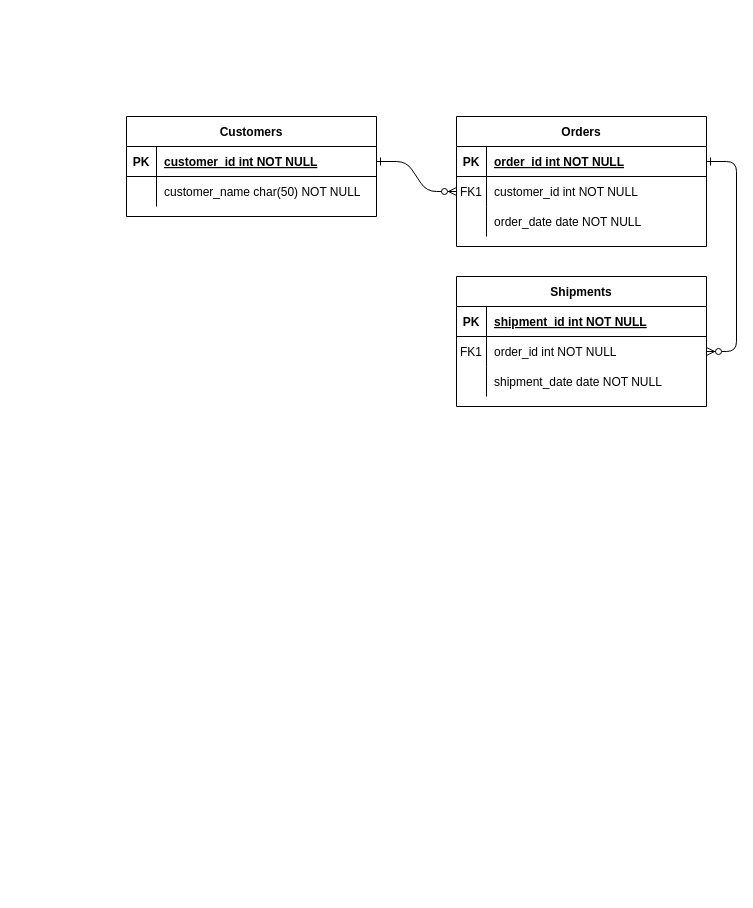
Harsh-Patel73/C296 keeps this draw.io diagram as Untitled Diagram.drawio. Above is the earlier version. Source tidied: cells renumbered, new cells numbered last; positions are measured from the earlier drawing's top-left corner, leaving out a move shared by most shapes. Both pictures are drawn from the tidied source at 100%, with x=0, y=0 at pixel (126, 116).
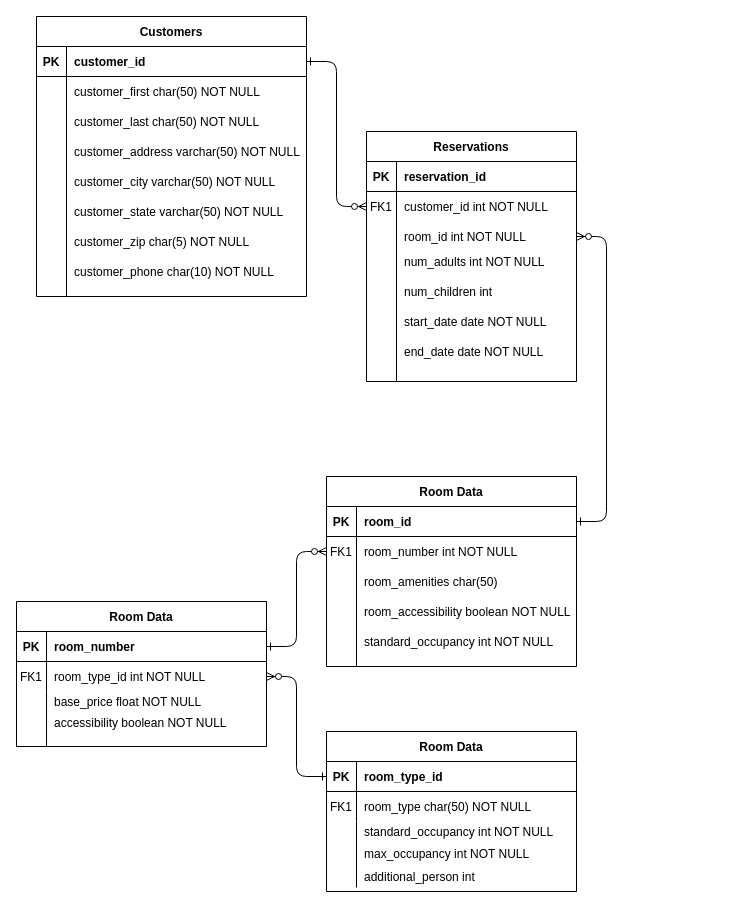
The same diagram, later.

Commit message:
Hotel ERD

The change refers to these unchanged cells:
```xml
<mxCell id="15" style="shape=partialRectangle;fillColor=none;points=[[0,0.5],[1,0.5]];portConstraint=eastwest;top=0;left=0;right=0;bottom=1;" parent="14" vertex="1">
  <mxGeometry y="30" width="250" height="30" as="geometry" />
</mxCell>
<mxCell id="18" style="shape=partialRectangle;fillColor=none;points=[[0,0.5],[1,0.5]];portConstraint=eastwest;top=0;left=0;right=0;bottom=0;" parent="14" vertex="1">
  <mxGeometry y="60" width="250" height="30" as="geometry" />
</mxCell>
<mxCell id="21" style="shape=partialRectangle;fillColor=none;top=0;left=0;right=0;bottom=0;" parent="14" vertex="1">
  <mxGeometry y="90" width="250" height="30" as="geometry" />
</mxCell>
```

What changed in the source:
```diff
@@
+    <mxCell id="31" style="edgeStyle=entityRelationEdgeStyle;endArrow=ERzeroToMany;startArrow=ERone;endFill=1;startFill=0;exitX=1;exitY=0.5;exitDx=0;exitDy=0;entryX=1;entryY=0.5;entryDx=0;entryDy=0;" parent="1" edge="1" source="15" target="11">
+      <mxGeometry relative="1" as="geometry" />
+    </mxCell>
@@
-    <mxCell id="3" style="edgeStyle=entityRelationEdgeStyle;endArrow=ERzeroToMany;startArrow=ERone;endFill=1;startFill=0;" parent="1" edge="1" source="5" target="18">
-      <mxGeometry relative="1" as="geometry" />
-    </mxCell>
-    <mxCell id="4" value="Orders" style="shape=table;startSize=30;childLayout=tableLayout;rowLines=0;fontStyle=1;align=center;" parent="1" vertex="1">
-      <mxGeometry x="330" width="250" height="130" as="geometry" />
+    <mxCell id="4" value="Reservations" style="shape=table;startSize=30;childLayout=tableLayout;rowLines=0;fontStyle=1;align=center;" parent="1" vertex="1">
+      <mxGeometry x="240" y="15" width="210" height="250" as="geometry" />
     </mxCell>
     <mxCell id="5" style="shape=partialRectangle;fillColor=none;points=[[0,0.5],[1,0.5]];portConstraint=eastwest;top=0;left=0;right=0;bottom=1;" parent="4" vertex="1">
-      <mxGeometry y="30" width="250" height="30" as="geometry" />
+      <mxGeometry y="30" width="210" height="30" as="geometry" />
     </mxCell>
@@
-    <mxCell id="7" value="order_id int NOT NULL " style="shape=partialRectangle;overflow=hidden;fillColor=none;top=0;left=0;bottom=0;right=0;align=left;spacingLeft=6;fontStyle=5;" parent="5" vertex="1">
-      <mxGeometry x="30" width="220" height="30" as="geometry" />
+    <mxCell id="7" value="reservation_id" style="shape=partialRectangle;overflow=hidden;fillColor=none;top=0;left=0;bottom=0;right=0;align=left;spacingLeft=6;fontStyle=1;" parent="5" vertex="1">
+      <mxGeometry x="30" width="180" height="30" as="geometry" />
     </mxCell>
     <mxCell id="8" style="shape=partialRectangle;fillColor=none;points=[[0,0.5],[1,0.5]];portConstraint=eastwest;top=0;left=0;right=0;bottom=0;" parent="4" vertex="1">
-      <mxGeometry y="60" width="250" height="30" as="geometry" />
+      <mxGeometry y="60" width="210" height="30" as="geometry" />
     </mxCell>
@@
     <mxCell id="10" value="customer_id int NOT NULL" style="shape=partialRectangle;overflow=hidden;fillColor=none;top=0;left=0;bottom=0;right=0;align=left;spacingLeft=6;" parent="8" vertex="1">
-      <mxGeometry x="30" width="220" height="30" as="geometry" />
+      <mxGeometry x="30" width="180" height="30" as="geometry" />
     </mxCell>
     <mxCell id="11" style="shape=partialRectangle;fillColor=none;points=[[0,0.5],[1,0.5]];portConstraint=eastwest;top=0;left=0;right=0;bottom=0;" parent="4" vertex="1">
-      <mxGeometry y="90" width="250" height="30" as="geometry" />
+      <mxGeometry y="90" width="210" height="30" as="geometry" />
     </mxCell>
@@
-    <mxCell id="13" value="order_date date NOT NULL" style="shape=partialRectangle;overflow=hidden;fillColor=none;top=0;left=0;bottom=0;right=0;align=left;spacingLeft=6;" parent="11" vertex="1">
-      <mxGeometry x="30" width="220" height="30" as="geometry" />
+    <mxCell id="13" value="room_id int NOT NULL" style="shape=partialRectangle;overflow=hidden;fillColor=none;top=0;left=0;bottom=0;right=0;align=left;spacingLeft=6;" parent="11" vertex="1">
+      <mxGeometry x="30" width="180" height="30" as="geometry" />
     </mxCell>
-    <mxCell id="14" value="Shipments" style="shape=table;startSize=30;childLayout=tableLayout;rowLines=0;fontStyle=1;align=center;" parent="1" vertex="1">
-      <mxGeometry x="330" y="160" width="250" height="130" as="geometry" />
+    <mxCell id="14" value="Room Data" style="shape=table;startSize=30;childLayout=tableLayout;rowLines=0;fontStyle=1;align=center;" parent="1" vertex="1">
+      <mxGeometry x="200" y="360" width="250" height="190" as="geometry" />
     </mxCell>
@@
-    <mxCell id="17" value="shipment_id int NOT NULL " style="shape=partialRectangle;overflow=hidden;fillColor=none;top=0;left=0;bottom=0;right=0;align=left;spacingLeft=6;fontStyle=5;" parent="15" vertex="1">
+    <mxCell id="17" value="room_id" style="shape=partialRectangle;overflow=hidden;fillColor=none;top=0;left=0;bottom=0;right=0;align=left;spacingLeft=6;fontStyle=1;" parent="15" vertex="1">
       <mxGeometry x="30" width="220" height="30" as="geometry" />
     </mxCell>
@@
-    <mxCell id="20" value="order_id int NOT NULL" style="shape=partialRectangle;overflow=hidden;fillColor=none;top=0;left=0;bottom=0;right=0;align=left;spacingLeft=6;" parent="18" vertex="1">
+    <mxCell id="20" style="shape=partialRectangle;overflow=hidden;fillColor=none;top=0;left=0;bottom=0;right=0;align=left;spacingLeft=6;" parent="18" vertex="1">
       <mxGeometry x="30" width="220" height="30" as="geometry" />
     </mxCell>
@@
-    <mxCell id="23" value="shipment_date date NOT NULL" style="shape=partialRectangle;overflow=hidden;fillColor=none;top=0;left=0;bottom=0;right=0;align=left;spacingLeft=6;" parent="21" vertex="1">
+    <mxCell id="23" style="shape=partialRectangle;overflow=hidden;fillColor=none;top=0;left=0;bottom=0;right=0;align=left;spacingLeft=6;" parent="21" vertex="1">
       <mxGeometry x="30" width="220" height="30" as="geometry" />
     </mxCell>
     <mxCell id="24" value="Customers" style="shape=table;startSize=30;childLayout=tableLayout;rowLines=0;fontStyle=1;align=center;" parent="1" vertex="1">
-      <mxGeometry width="250" height="100" as="geometry" />
+      <mxGeometry x="-90" y="-100" width="270" height="280" as="geometry" />
     </mxCell>
     <mxCell id="25" style="shape=partialRectangle;fillColor=none;points=[[0,0.5],[1,0.5]];portConstraint=eastwest;top=0;left=0;right=0;bottom=1;" parent="24" vertex="1">
-      <mxGeometry y="30" width="250" height="30" as="geometry" />
+      <mxGeometry y="30" width="270" height="30" as="geometry" />
     </mxCell>
@@
-    <mxCell id="27" value="customer_id int NOT NULL " style="shape=partialRectangle;overflow=hidden;fillColor=none;top=0;left=0;bottom=0;right=0;align=left;spacingLeft=6;fontStyle=5;" parent="25" vertex="1">
-      <mxGeometry x="30" width="220" height="30" as="geometry" />
+    <mxCell id="27" value="customer_id" style="shape=partialRectangle;overflow=hidden;fillColor=none;top=0;left=0;bottom=0;right=0;align=left;spacingLeft=6;fontStyle=1;" parent="25" vertex="1">
+      <mxGeometry x="30" width="240" height="30" as="geometry" />
     </mxCell>
     <mxCell id="28" style="shape=partialRectangle;fillColor=none;top=0;left=0;right=0;bottom=0;" parent="24" vertex="1">
-      <mxGeometry y="60" width="250" height="30" as="geometry" />
+      <mxGeometry y="60" width="270" height="30" as="geometry" />
     </mxCell>
@@
-    <mxCell id="30" value="customer_name char(50) NOT NULL" style="shape=partialRectangle;overflow=hidden;fillColor=none;top=0;left=0;bottom=0;right=0;align=left;spacingLeft=6;" parent="28" vertex="1">
-      <mxGeometry x="30" width="220" height="30" as="geometry" />
+    <mxCell id="30" value="customer_first char(50) NOT NULL" style="shape=partialRectangle;overflow=hidden;fillColor=none;top=0;left=0;bottom=0;right=0;align=left;spacingLeft=6;" parent="28" vertex="1">
+      <mxGeometry x="30" width="240" height="30" as="geometry" />
     </mxCell>
+    <mxCell id="32" style="shape=partialRectangle;fillColor=none;top=0;left=0;right=0;bottom=0;" parent="1" vertex="1">
+      <mxGeometry x="-30" y="130" width="270" height="30" as="geometry" />
+    </mxCell>
+    <mxCell id="33" style="shape=partialRectangle;overflow=hidden;fillColor=none;top=0;left=0;bottom=0;right=0;" parent="32" vertex="1">
+      <mxGeometry x="-60" y="-110" width="30" height="30" as="geometry" />
+    </mxCell>
+    <mxCell id="34" value="customer_city varchar(50) NOT NULL" style="shape=partialRectangle;overflow=hidden;fillColor=none;top=0;left=0;bottom=0;right=0;align=left;spacingLeft=6;" parent="1" vertex="1">
+      <mxGeometry x="-60" y="50" width="220" height="30" as="geometry" />
+    </mxCell>
+    <mxCell id="35" value="customer_state varchar(50) NOT NULL" style="shape=partialRectangle;overflow=hidden;fillColor=none;top=0;left=0;bottom=0;right=0;align=left;spacingLeft=6;" parent="1" vertex="1">
+      <mxGeometry x="-60" y="80" width="220" height="30" as="geometry" />
+    </mxCell>
+    <mxCell id="36" value="customer_zip char(5) NOT NULL" style="shape=partialRectangle;overflow=hidden;fillColor=none;top=0;left=0;bottom=0;right=0;align=left;spacingLeft=6;" parent="1" vertex="1">
+      <mxGeometry x="-60" y="110" width="220" height="30" as="geometry" />
+    </mxCell>
+    <mxCell id="37" value="customer_phone char(10) NOT NULL" style="shape=partialRectangle;overflow=hidden;fillColor=none;top=0;left=0;bottom=0;right=0;align=left;spacingLeft=6;" parent="1" vertex="1">
+      <mxGeometry x="-60" y="140" width="220" height="30" as="geometry" />
+    </mxCell>
+    <mxCell id="38" value="num_children int" style="shape=partialRectangle;overflow=hidden;fillColor=none;top=0;left=0;bottom=0;right=0;align=left;spacingLeft=6;" parent="1" vertex="1">
+      <mxGeometry x="270" y="160" width="220" height="30" as="geometry" />
+    </mxCell>
+    <mxCell id="39" value="start_date date NOT NULL" style="shape=partialRectangle;overflow=hidden;fillColor=none;top=0;left=0;bottom=0;right=0;align=left;spacingLeft=6;" parent="1" vertex="1">
+      <mxGeometry x="270" y="190" width="220" height="30" as="geometry" />
+    </mxCell>
+    <mxCell id="40" value="end_date date NOT NULL" style="shape=partialRectangle;overflow=hidden;fillColor=none;top=0;left=0;bottom=0;right=0;align=left;spacingLeft=6;" parent="1" vertex="1">
+      <mxGeometry x="270" y="220" width="220" height="30" as="geometry" />
+    </mxCell>
+    <mxCell id="41" value="room_accessibility boolean NOT NULL" style="shape=partialRectangle;overflow=hidden;fillColor=none;top=0;left=0;bottom=0;right=0;align=left;spacingLeft=6;" parent="1" vertex="1">
+      <mxGeometry x="230" y="480" width="220" height="30" as="geometry" />
+    </mxCell>
+    <mxCell id="42" value="standard_occupancy int NOT NULL" style="shape=partialRectangle;overflow=hidden;fillColor=none;top=0;left=0;bottom=0;right=0;align=left;spacingLeft=6;" parent="1" vertex="1">
+      <mxGeometry x="230" y="510" width="220" height="30" as="geometry" />
+    </mxCell>
+    <mxCell id="43" value="room_number int NOT NULL" style="shape=partialRectangle;overflow=hidden;fillColor=none;top=0;left=0;bottom=0;right=0;align=left;spacingLeft=6;" parent="1" vertex="1">
+      <mxGeometry x="230" y="420" width="220" height="30" as="geometry" />
+    </mxCell>
+    <mxCell id="44" value="room_amenities char(50)" style="shape=partialRectangle;overflow=hidden;fillColor=none;top=0;left=0;bottom=0;right=0;align=left;spacingLeft=6;" parent="1" vertex="1">
+      <mxGeometry x="230" y="450" width="220" height="30" as="geometry" />
+    </mxCell>
+    <mxCell id="45" style="endArrow=none;html=1;rounded=0;" parent="1" edge="1">
+      <mxGeometry relative="1" as="geometry">
+        <mxPoint x="230" y="550" as="sourcePoint" />
+        <mxPoint x="230" y="440" as="targetPoint" />
+      </mxGeometry>
+    </mxCell>
+    <mxCell id="46" style="endArrow=none;html=1;rounded=0;" parent="1" edge="1">
+      <mxGeometry relative="1" as="geometry">
+        <mxPoint x="270" y="265" as="sourcePoint" />
+        <mxPoint x="270" y="50" as="targetPoint" />
+      </mxGeometry>
+    </mxCell>
+    <mxCell id="47" style="endArrow=none;html=1;rounded=0;" parent="1" edge="1">
+      <mxGeometry relative="1" as="geometry">
+        <mxPoint x="-60" y="180" as="sourcePoint" />
+        <mxPoint x="-60" y="-35" as="targetPoint" />
+      </mxGeometry>
+    </mxCell>
+    <mxCell id="48" value="Room Data" style="shape=table;startSize=30;childLayout=tableLayout;rowLines=0;fontStyle=1;align=center;" parent="1" vertex="1">
+      <mxGeometry x="-110" y="485" width="250" height="145" as="geometry" />
+    </mxCell>
+    <mxCell id="49" style="shape=partialRectangle;fillColor=none;points=[[0,0.5],[1,0.5]];portConstraint=eastwest;top=0;left=0;right=0;bottom=1;" parent="48" vertex="1">
+      <mxGeometry y="30" width="250" height="30" as="geometry" />
+    </mxCell>
+    <mxCell id="50" value="PK" style="shape=partialRectangle;overflow=hidden;fillColor=none;top=0;left=0;bottom=0;right=0;fontStyle=1;" parent="49" vertex="1">
+      <mxGeometry width="30" height="30" as="geometry" />
+    </mxCell>
+    <mxCell id="51" value="room_number" style="shape=partialRectangle;overflow=hidden;fillColor=none;top=0;left=0;bottom=0;right=0;align=left;spacingLeft=6;fontStyle=1;" parent="49" vertex="1">
+      <mxGeometry x="30" width="220" height="30" as="geometry" />
+    </mxCell>
+    <mxCell id="52" style="shape=partialRectangle;fillColor=none;points=[[0,0.5],[1,0.5]];portConstraint=eastwest;top=0;left=0;right=0;bottom=0;" parent="48" vertex="1">
+      <mxGeometry y="60" width="250" height="30" as="geometry" />
+    </mxCell>
+    <mxCell id="53" value="FK1" style="shape=partialRectangle;overflow=hidden;fillColor=none;top=0;left=0;bottom=0;right=0;" parent="52" vertex="1">
+      <mxGeometry width="30" height="30" as="geometry" />
+    </mxCell>
+    <mxCell id="54" value="room_type_id int NOT NULL" style="shape=partialRectangle;overflow=hidden;fillColor=none;top=0;left=0;bottom=0;right=0;align=left;spacingLeft=6;" parent="52" vertex="1">
+      <mxGeometry x="30" width="220" height="30" as="geometry" />
+    </mxCell>
+    <mxCell id="55" style="shape=partialRectangle;fillColor=none;top=0;left=0;right=0;bottom=0;" parent="48" vertex="1">
+      <mxGeometry y="90" width="250" height="30" as="geometry" />
+    </mxCell>
+    <mxCell id="56" style="shape=partialRectangle;overflow=hidden;fillColor=none;top=0;left=0;bottom=0;right=0;" parent="55" vertex="1">
+      <mxGeometry width="30" height="30" as="geometry" />
+    </mxCell>
+    <mxCell id="57" style="shape=partialRectangle;overflow=hidden;fillColor=none;top=0;left=0;bottom=0;right=0;align=left;spacingLeft=6;" parent="55" vertex="1">
+      <mxGeometry x="30" width="220" height="30" as="geometry" />
+    </mxCell>
+    <mxCell id="58" style="edgeStyle=entityRelationEdgeStyle;endArrow=ERzeroToMany;startArrow=ERone;endFill=1;startFill=0;entryX=0;entryY=0.5;entryDx=0;entryDy=0;exitX=1;exitY=0.5;exitDx=0;exitDy=0;" parent="1" edge="1" source="49" target="18">
+      <mxGeometry relative="1" as="geometry" />
+    </mxCell>
+    <mxCell id="59" style="shape=partialRectangle;fillColor=none;top=0;left=0;right=0;bottom=0;" parent="1" vertex="1">
+      <mxGeometry x="240" y="130" width="250" height="30" as="geometry" />
+    </mxCell>
+    <mxCell id="60" style="shape=partialRectangle;overflow=hidden;fillColor=none;top=0;left=0;bottom=0;right=0;" parent="59" vertex="1">
+      <mxGeometry x="35" y="40" width="30" height="30" as="geometry" />
+    </mxCell>
+    <mxCell id="61" value="num_adults int NOT NULL" style="shape=partialRectangle;overflow=hidden;fillColor=none;top=0;left=0;bottom=0;right=0;align=left;spacingLeft=6;" parent="59" vertex="1">
+      <mxGeometry x="30" width="220" height="30" as="geometry" />
+    </mxCell>
+    <mxCell id="62" style="shape=partialRectangle;fillColor=none;top=0;left=0;right=0;bottom=0;" parent="1" vertex="1">
+      <mxGeometry x="-90" y="-10" width="250" height="30" as="geometry" />
+    </mxCell>
+    <mxCell id="63" style="shape=partialRectangle;overflow=hidden;fillColor=none;top=0;left=0;bottom=0;right=0;" parent="62" vertex="1">
+      <mxGeometry width="30" height="30" as="geometry" />
+    </mxCell>
+    <mxCell id="64" value="customer_last char(50) NOT NULL" style="shape=partialRectangle;overflow=hidden;fillColor=none;top=0;left=0;bottom=0;right=0;align=left;spacingLeft=6;" parent="62" vertex="1">
+      <mxGeometry x="30" width="220" height="30" as="geometry" />
+    </mxCell>
+    <mxCell id="65" value="Room Data" style="shape=table;startSize=30;childLayout=tableLayout;rowLines=0;fontStyle=1;align=center;" parent="1" vertex="1">
+      <mxGeometry x="200" y="615" width="250" height="160" as="geometry" />
+    </mxCell>
+    <mxCell id="66" style="shape=partialRectangle;fillColor=none;points=[[0,0.5],[1,0.5]];portConstraint=eastwest;top=0;left=0;right=0;bottom=1;" parent="65" vertex="1">
+      <mxGeometry y="30" width="250" height="30" as="geometry" />
+    </mxCell>
+    <mxCell id="67" value="PK" style="shape=partialRectangle;overflow=hidden;fillColor=none;top=0;left=0;bottom=0;right=0;fontStyle=1;" parent="66" vertex="1">
+      <mxGeometry width="30" height="30" as="geometry" />
+    </mxCell>
+    <mxCell id="68" value="room_type_id" style="shape=partialRectangle;overflow=hidden;fillColor=none;top=0;left=0;bottom=0;right=0;align=left;spacingLeft=6;fontStyle=1;" parent="66" vertex="1">
+      <mxGeometry x="30" width="220" height="30" as="geometry" />
+    </mxCell>
+    <mxCell id="69" style="shape=partialRectangle;fillColor=none;top=0;left=0;right=0;bottom=0;" parent="65" vertex="1">
+      <mxGeometry y="60" width="250" height="30" as="geometry" />
+    </mxCell>
+    <mxCell id="70" value="FK1" style="shape=partialRectangle;overflow=hidden;fillColor=none;top=0;left=0;bottom=0;right=0;" parent="69" vertex="1">
+      <mxGeometry width="30" height="30" as="geometry" />
+    </mxCell>
+    <mxCell id="71" value="room_type char(50) NOT NULL" style="shape=partialRectangle;overflow=hidden;fillColor=none;top=0;left=0;bottom=0;right=0;align=left;spacingLeft=6;" parent="69" vertex="1">
+      <mxGeometry x="30" width="220" height="30" as="geometry" />
+    </mxCell>
+    <mxCell id="72" style="shape=partialRectangle;fillColor=none;top=0;left=0;right=0;bottom=0;" parent="65" vertex="1">
+      <mxGeometry y="90" width="250" height="30" as="geometry" />
+    </mxCell>
+    <mxCell id="73" style="shape=partialRectangle;overflow=hidden;fillColor=none;top=0;left=0;bottom=0;right=0;" parent="72" vertex="1">
+      <mxGeometry width="30" height="30" as="geometry" />
+    </mxCell>
+    <mxCell id="74" style="shape=partialRectangle;overflow=hidden;fillColor=none;top=0;left=0;bottom=0;right=0;align=left;spacingLeft=6;" parent="72" vertex="1">
+      <mxGeometry x="30" width="220" height="30" as="geometry" />
+    </mxCell>
+    <mxCell id="75" style="endArrow=none;html=1;rounded=0;" parent="1" edge="1">
+      <mxGeometry relative="1" as="geometry">
+        <mxPoint x="-80" y="630" as="sourcePoint" />
+        <mxPoint x="-80" y="595" as="targetPoint" />
+      </mxGeometry>
+    </mxCell>
+    <mxCell id="76" value="max_occupancy int NOT NULL" style="shape=partialRectangle;overflow=hidden;fillColor=none;top=0;left=0;bottom=0;right=0;align=left;spacingLeft=6;" parent="1" vertex="1">
+      <mxGeometry x="230" y="722" width="220" height="30" as="geometry" />
+    </mxCell>
+    <mxCell id="77" value="accessibility boolean NOT NULL" style="shape=partialRectangle;overflow=hidden;fillColor=none;top=0;left=0;bottom=0;right=0;align=left;spacingLeft=6;" parent="1" vertex="1">
+      <mxGeometry x="-80" y="591" width="220" height="30" as="geometry" />
+    </mxCell>
+    <mxCell id="78" value="additional_person int" style="shape=partialRectangle;overflow=hidden;fillColor=none;top=0;left=0;bottom=0;right=0;align=left;spacingLeft=6;" parent="1" vertex="1">
+      <mxGeometry x="230" y="745" width="220" height="30" as="geometry" />
+    </mxCell>
+    <mxCell id="79" style="endArrow=none;html=1;rounded=0;" parent="1" edge="1">
+      <mxGeometry relative="1" as="geometry">
+        <mxPoint x="230" y="771" as="sourcePoint" />
+        <mxPoint x="230" y="721" as="targetPoint" />
+      </mxGeometry>
+    </mxCell>
+    <mxCell id="80" value="base_price float NOT NULL" style="shape=partialRectangle;overflow=hidden;fillColor=none;top=0;left=0;bottom=0;right=0;align=left;spacingLeft=6;" parent="1" vertex="1">
+      <mxGeometry x="-80" y="570" width="220" height="30" as="geometry" />
+    </mxCell>
+    <mxCell id="81" value="customer_address varchar(50) NOT NULL" style="shape=partialRectangle;overflow=hidden;fillColor=none;top=0;left=0;bottom=0;right=0;align=left;spacingLeft=6;" parent="1" vertex="1">
+      <mxGeometry x="-60" y="20" width="240" height="30" as="geometry" />
+    </mxCell>
+    <mxCell id="82" style="edgeStyle=entityRelationEdgeStyle;endArrow=ERzeroToMany;startArrow=ERone;endFill=1;startFill=0;entryX=1;entryY=0.5;entryDx=0;entryDy=0;exitX=0;exitY=0.5;exitDx=0;exitDy=0;" parent="1" edge="1" source="66" target="52">
+      <mxGeometry relative="1" as="geometry" />
+    </mxCell>
+    <mxCell id="83" value="standard_occupancy int NOT NULL" style="shape=partialRectangle;overflow=hidden;fillColor=none;top=0;left=0;bottom=0;right=0;align=left;spacingLeft=6;" parent="1" vertex="1">
+      <mxGeometry x="230" y="700" width="220" height="30" as="geometry" />
+    </mxCell>
```
